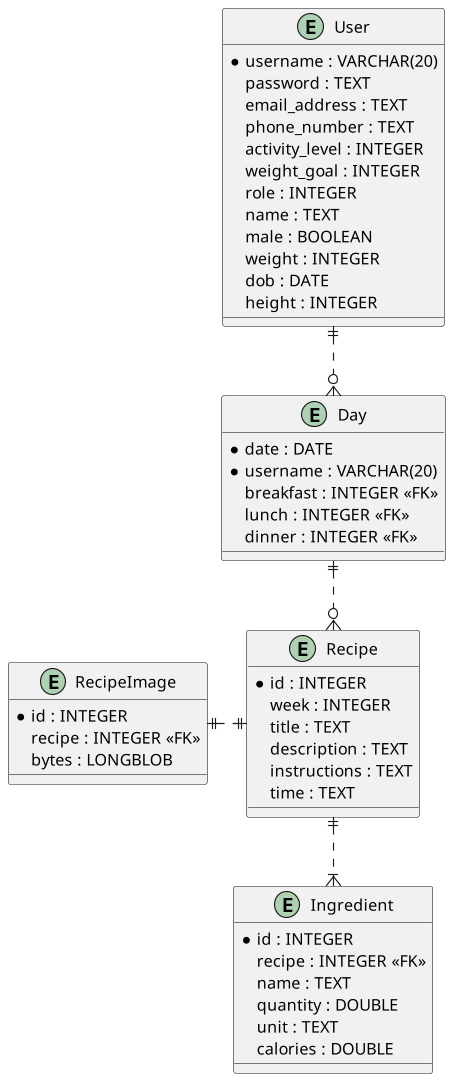
sofush/kostplan keeps this PlantUML diagram as diagram/entity-relationship.png. Above is the earlier version.
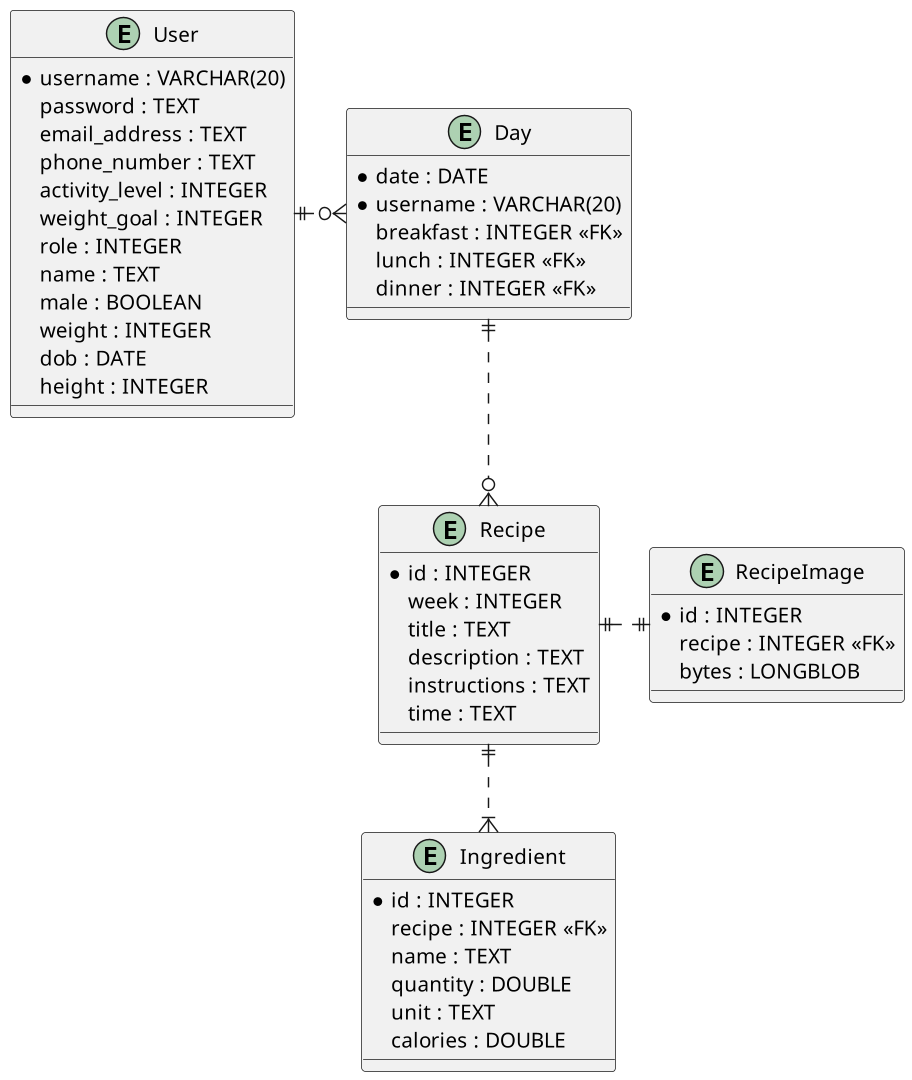
The same file after the commit.

Commit message:
docs: change structure of ER diagram

Change to the diagram source:
```diff
@@ -42,8 +42,8 @@
 	unit : TEXT
 	calories : DOUBLE
 }
-User ||..o{ Day
+User ||.r.o{ Day
 Day ||..o{ Recipe
-Recipe ||.l.|| RecipeImage
+Recipe ||.r.|| RecipeImage
 Recipe ||..|{ Ingredient
 @enduml
```
